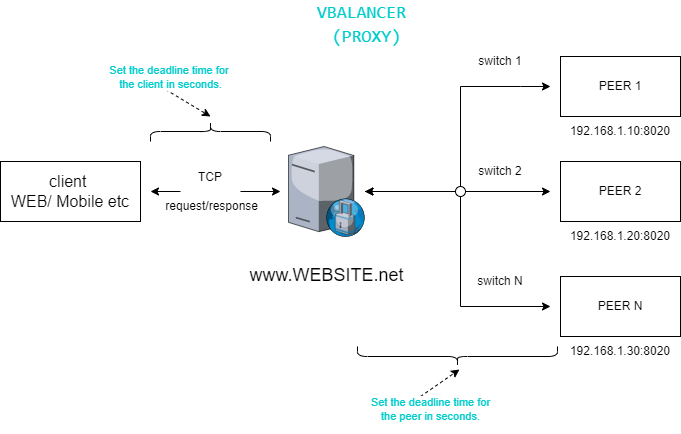
Before: assets/vbalancer.png, a diagram exported from draw.io (microup/vbalancer). Source tidied: cells renumbered, new cells last; positions are measured from the earlier drawing's top-left corner, leaving out a move shared by most shapes.
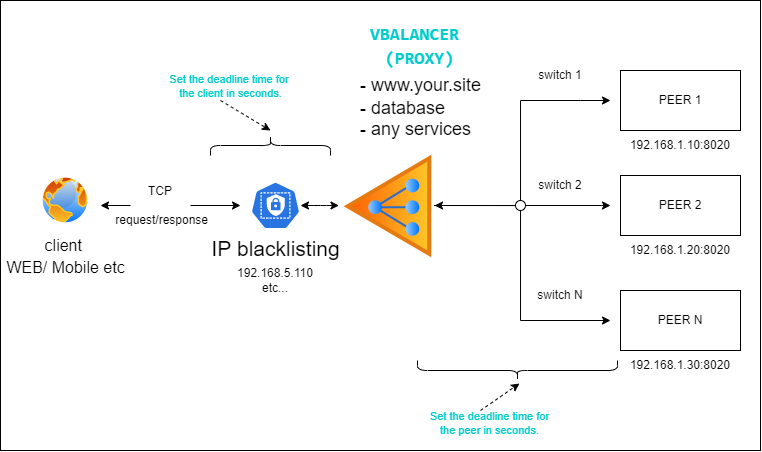
Above is the later version.

The edit, as a diff of the source:
```diff
@@ -2,37 +2,35 @@
   <root>
     <mxCell id="0" />
     <mxCell id="1" parent="0" />
-    <mxCell id="2" value="&lt;font style=&quot;font-size: 16px&quot;&gt;client&amp;nbsp;&lt;br&gt;WEB/ Mobile etc&lt;br&gt;&lt;/font&gt;" style="rounded=0;whiteSpace=wrap;html=1;" parent="1" vertex="1">
-      <mxGeometry y="145" width="140" height="60" as="geometry" />
-    </mxCell>
-    <mxCell id="3" value="&lt;font style=&quot;font-size: 18px&quot;&gt;&lt;br&gt;www.WEBSITE.net&lt;br&gt;&lt;br&gt;&lt;br&gt;&lt;/font&gt;" style="verticalLabelPosition=bottom;sketch=0;html=1;verticalAlign=top;strokeColor=none;align=center;outlineConnect=0;shape=mxgraph.citrix.proxy_server;" parent="1" vertex="1">
-      <mxGeometry x="288" y="130" width="76.5" height="90" as="geometry" />
-    </mxCell>
+    <mxCell id="28" style="rounded=0;whiteSpace=wrap;html=1;labelBackgroundColor=none;fillColor=#FFFFFF;strokeColor=#000000;" parent="1" vertex="1">
+      <mxGeometry x="-60" y="-30" width="760" height="450" as="geometry" />
+    </mxCell>
-    <mxCell id="4" value="&lt;span style=&quot;font-family: helvetica;&quot;&gt;PEER 1&lt;/span&gt;" style="rounded=0;whiteSpace=wrap;html=1;" parent="1" vertex="1">
+    <mxCell id="4" value="&lt;span style=&quot;font-family: helvetica;&quot;&gt;&lt;font color=&quot;#000000&quot;&gt;PEER 1&lt;/font&gt;&lt;/span&gt;" style="rounded=0;whiteSpace=wrap;html=1;fillColor=none;strokeColor=#000000;" parent="1" vertex="1">
       <mxGeometry x="560" y="40" width="120" height="60" as="geometry" />
     </mxCell>
-    <mxCell id="5" value="192.168.1.10:8020" style="text;html=1;strokeColor=none;fillColor=none;align=center;verticalAlign=middle;whiteSpace=wrap;rounded=0;" parent="1" vertex="1">
+    <mxCell id="5" value="192.168.1.10:8020" style="text;html=1;strokeColor=none;fillColor=none;align=center;verticalAlign=middle;whiteSpace=wrap;rounded=0;fontColor=#000000;" parent="1" vertex="1">
       <mxGeometry x="560" y="100" width="120" height="30" as="geometry" />
     </mxCell>
-    <mxCell id="6" value="&lt;span style=&quot;font-family: &amp;#34;helvetica&amp;#34;&quot;&gt;PEER 2&lt;/span&gt;" style="rounded=0;whiteSpace=wrap;html=1;" parent="1" vertex="1">
+    <mxCell id="6" value="&lt;span style=&quot;font-family: &amp;quot;helvetica&amp;quot;&quot;&gt;&lt;font color=&quot;#000000&quot;&gt;PEER 2&lt;/font&gt;&lt;/span&gt;" style="rounded=0;whiteSpace=wrap;html=1;fillColor=none;strokeColor=#000000;" parent="1" vertex="1">
       <mxGeometry x="560" y="145" width="120" height="60" as="geometry" />
     </mxCell>
-    <mxCell id="7" value="192.168.1.20:8020" style="text;html=1;strokeColor=none;fillColor=none;align=center;verticalAlign=middle;whiteSpace=wrap;rounded=0;" parent="1" vertex="1">
+    <mxCell id="7" value="192.168.1.20:8020" style="text;html=1;strokeColor=none;fillColor=none;align=center;verticalAlign=middle;whiteSpace=wrap;rounded=0;fontColor=#000000;" parent="1" vertex="1">
       <mxGeometry x="560" y="205" width="120" height="30" as="geometry" />
     </mxCell>
-    <mxCell id="8" value="&lt;span style=&quot;font-family: &amp;#34;helvetica&amp;#34;&quot;&gt;PEER N&lt;/span&gt;" style="rounded=0;whiteSpace=wrap;html=1;" parent="1" vertex="1">
+    <mxCell id="8" value="&lt;span style=&quot;font-family: &amp;quot;helvetica&amp;quot;&quot;&gt;&lt;font color=&quot;#000000&quot;&gt;PEER N&lt;/font&gt;&lt;/span&gt;" style="rounded=0;whiteSpace=wrap;html=1;fillColor=none;strokeColor=#000000;" parent="1" vertex="1">
       <mxGeometry x="560" y="260" width="120" height="60" as="geometry" />
     </mxCell>
-    <mxCell id="9" value="192.168.1.30:8020" style="text;html=1;strokeColor=none;fillColor=none;align=center;verticalAlign=middle;whiteSpace=wrap;rounded=0;" parent="1" vertex="1">
+    <mxCell id="9" value="192.168.1.30:8020" style="text;html=1;strokeColor=none;fillColor=none;align=center;verticalAlign=middle;whiteSpace=wrap;rounded=0;fontColor=#000000;" parent="1" vertex="1">
       <mxGeometry x="560" y="320" width="120" height="30" as="geometry" />
     </mxCell>
-    <mxCell id="10" style="endArrow=classic;startArrow=none;html=1;rounded=0;edgeStyle=orthogonalEdgeStyle;exitX=1;exitY=0.5;exitDx=0;exitDy=0;" parent="1" edge="1" source="17">
+    <mxCell id="10" style="endArrow=classic;startArrow=none;html=1;rounded=0;edgeStyle=orthogonalEdgeStyle;exitX=1;exitY=0.5;exitDx=0;exitDy=0;strokeColor=#000000;" parent="1" edge="1" source="17">
       <mxGeometry relative="1" as="geometry">
-        <mxPoint x="280" y="175" as="targetPoint" />
+        <mxPoint x="180" y="175" as="targetPoint" />
       </mxGeometry>
     </mxCell>
-    <mxCell id="11" style="endArrow=classic;html=1;rounded=0;edgeStyle=orthogonalEdgeStyle;" parent="1" edge="1" source="3">
+    <mxCell id="11" style="endArrow=classic;html=1;rounded=0;edgeStyle=orthogonalEdgeStyle;strokeColor=#000000;" parent="1" edge="1">
       <mxGeometry relative="1" as="geometry">
+        <mxPoint x="364.5" y="175" as="sourcePoint" />
         <mxPoint x="550" y="70" as="targetPoint" />
         <Array as="points">
           <mxPoint x="460" y="175" />
@@ -41,12 +39,13 @@
         </Array>
       </mxGeometry>
     </mxCell>
-    <mxCell id="12" style="endArrow=classic;startArrow=classic;html=1;rounded=0;edgeStyle=orthogonalEdgeStyle;" parent="1" edge="1" source="3">
+    <mxCell id="12" style="endArrow=classic;startArrow=classic;html=1;rounded=0;edgeStyle=orthogonalEdgeStyle;strokeColor=#000000;" parent="1" edge="1">
       <mxGeometry relative="1" as="geometry">
+        <mxPoint x="364.5" y="175" as="sourcePoint" />
         <mxPoint x="550" y="175" as="targetPoint" />
       </mxGeometry>
     </mxCell>
-    <mxCell id="13" style="endArrow=classic;startArrow=classic;html=1;rounded=0;edgeStyle=orthogonalEdgeStyle;" parent="1" edge="1" source="3">
+    <mxCell id="13" style="endArrow=classic;startArrow=classic;html=1;rounded=0;edgeStyle=orthogonalEdgeStyle;exitX=0.5;exitY=1;exitDx=0;exitDy=0;strokeColor=#000000;" parent="1" edge="1" source="29">
       <mxGeometry relative="1" as="geometry">
         <mxPoint x="550" y="290" as="targetPoint" />
         <Array as="points">
@@ -55,44 +54,44 @@
         </Array>
       </mxGeometry>
     </mxCell>
-    <mxCell id="14" value="switch 1" style="text;html=1;strokeColor=none;fillColor=none;align=center;verticalAlign=middle;whiteSpace=wrap;rounded=0;" parent="1" vertex="1">
+    <mxCell id="14" value="switch 1" style="text;html=1;strokeColor=none;fillColor=none;align=center;verticalAlign=middle;whiteSpace=wrap;rounded=0;fontColor=#000000;" parent="1" vertex="1">
       <mxGeometry x="470" y="30" width="60" height="30" as="geometry" />
     </mxCell>
-    <mxCell id="15" value="switch 2" style="text;html=1;strokeColor=none;fillColor=none;align=center;verticalAlign=middle;whiteSpace=wrap;rounded=0;" parent="1" vertex="1">
+    <mxCell id="15" value="switch 2" style="text;html=1;strokeColor=none;fillColor=none;align=center;verticalAlign=middle;whiteSpace=wrap;rounded=0;fontColor=#000000;" parent="1" vertex="1">
       <mxGeometry x="470" y="140" width="60" height="30" as="geometry" />
     </mxCell>
-    <mxCell id="16" value="switch N" style="text;html=1;strokeColor=none;fillColor=none;align=center;verticalAlign=middle;whiteSpace=wrap;rounded=0;" parent="1" vertex="1">
+    <mxCell id="16" value="switch N" style="text;html=1;strokeColor=none;fillColor=none;align=center;verticalAlign=middle;whiteSpace=wrap;rounded=0;fontColor=#000000;" parent="1" vertex="1">
       <mxGeometry x="470" y="250" width="60" height="30" as="geometry" />
     </mxCell>
-    <mxCell id="17" value="TCP&lt;br&gt;&lt;br&gt;&amp;nbsp;request/response" style="text;html=1;strokeColor=none;fillColor=none;align=center;verticalAlign=middle;whiteSpace=wrap;rounded=0;" parent="1" vertex="1">
-      <mxGeometry x="180" y="160" width="60" height="30" as="geometry" />
+    <mxCell id="17" value="&lt;font color=&quot;#000000&quot;&gt;TCP&lt;br&gt;&lt;br&gt;&amp;nbsp;request/response&lt;/font&gt;" style="text;html=1;strokeColor=none;fillColor=none;align=center;verticalAlign=middle;whiteSpace=wrap;rounded=0;" parent="1" vertex="1">
+      <mxGeometry x="70" y="160" width="60" height="30" as="geometry" />
     </mxCell>
-    <mxCell id="18" style="endArrow=none;startArrow=classic;html=1;rounded=0;edgeStyle=orthogonalEdgeStyle;" parent="1" edge="1" target="17">
+    <mxCell id="18" style="endArrow=none;startArrow=classic;html=1;rounded=0;edgeStyle=orthogonalEdgeStyle;strokeColor=#000000;" parent="1" edge="1" target="17">
       <mxGeometry relative="1" as="geometry">
-        <mxPoint x="150" y="175" as="sourcePoint" />
+        <mxPoint x="40" y="175" as="sourcePoint" />
       </mxGeometry>
     </mxCell>
     <mxCell id="19" style="ellipse;whiteSpace=wrap;html=1;" parent="1" vertex="1">
       <mxGeometry x="455" y="170" width="10" height="10" as="geometry" />
     </mxCell>
-    <mxCell id="20" style="shape=curlyBracket;whiteSpace=wrap;html=1;rounded=1;labelPosition=left;verticalLabelPosition=middle;align=right;verticalAlign=middle;rotation=90;" parent="1" vertex="1">
+    <mxCell id="20" style="shape=curlyBracket;whiteSpace=wrap;html=1;rounded=1;labelPosition=left;verticalLabelPosition=middle;align=right;verticalAlign=middle;rotation=90;strokeColor=#000000;" parent="1" vertex="1">
       <mxGeometry x="200" y="55" width="20" height="120" as="geometry" />
     </mxCell>
-    <mxCell id="21" style="endArrow=classic;html=1;dashed=1;" parent="1" edge="1">
+    <mxCell id="21" style="endArrow=classic;html=1;dashed=1;strokeColor=#000000;" parent="1" edge="1">
       <mxGeometry relative="1" as="geometry">
         <mxPoint x="160" y="70" as="sourcePoint" />
         <mxPoint x="210" y="100" as="targetPoint" />
       </mxGeometry>
     </mxCell>
-    <mxCell id="22" value="&lt;div&gt;Set the deadline time for&amp;nbsp;&lt;/div&gt;&lt;div&gt;the client in seconds.&lt;/div&gt;" style="edgeLabel;html=1;align=center;verticalAlign=middle;fontColor=#00CCCC;" parent="21" vertex="1">
+    <mxCell id="22" value="&lt;div&gt;Set the deadline time for&amp;nbsp;&lt;/div&gt;&lt;div&gt;the client in seconds.&lt;/div&gt;" style="edgeLabel;html=1;align=center;verticalAlign=middle;fontColor=#00CCCC;labelBackgroundColor=none;" parent="21" vertex="1">
       <mxGeometry x="-0.34" y="2" relative="1" as="geometry">
-        <mxPoint x="-8" y="-18" as="offset" />
+        <mxPoint x="-8" y="-23" as="offset" />
       </mxGeometry>
     </mxCell>
-    <mxCell id="23" style="shape=curlyBracket;whiteSpace=wrap;html=1;rounded=1;labelPosition=left;verticalLabelPosition=middle;align=right;verticalAlign=middle;rotation=-90;" parent="1" vertex="1">
+    <mxCell id="23" style="shape=curlyBracket;whiteSpace=wrap;html=1;rounded=1;labelPosition=left;verticalLabelPosition=middle;align=right;verticalAlign=middle;rotation=-90;fontColor=#000000;strokeColor=#000000;" parent="1" vertex="1">
       <mxGeometry x="447" y="240" width="20" height="200" as="geometry" />
     </mxCell>
-    <mxCell id="24" style="endArrow=classic;html=1;dashed=1;" parent="1" edge="1">
+    <mxCell id="24" style="endArrow=classic;html=1;dashed=1;strokeColor=#000000;" parent="1" edge="1">
       <mxGeometry relative="1" as="geometry">
         <mxPoint x="420" y="380" as="sourcePoint" />
         <mxPoint x="459" y="353" as="targetPoint" />
@@ -103,15 +102,37 @@
         <mxPoint x="13" y="31" as="offset" />
       </mxGeometry>
     </mxCell>
-    <mxCell id="26" value="&lt;div&gt;Set the deadline time for&lt;/div&gt;&lt;div&gt;the peer in seconds.&lt;/div&gt;" style="edgeLabel;html=1;align=center;verticalAlign=middle;fontColor=#00CCCC;" parent="24" vertex="1">
+    <mxCell id="26" value="&lt;div&gt;Set the deadline time for&lt;/div&gt;&lt;div&gt;the peer in seconds.&lt;/div&gt;" style="edgeLabel;html=1;align=center;verticalAlign=middle;fontColor=#00CCCC;labelBackgroundColor=none;" parent="24" vertex="1">
       <mxGeometry x="-0.51" y="1" relative="1" as="geometry">
         <mxPoint y="20" as="offset" />
       </mxGeometry>
     </mxCell>
-    <mxCell id="27" value="&lt;div style=&quot;font-family: Consolas, &amp;quot;Courier New&amp;quot;, monospace; font-size: 18px; line-height: 24px;&quot;&gt;&lt;font color=&quot;#00cccc&quot;&gt;VBALANCER &lt;br&gt;(PROXY)&lt;/font&gt;&lt;/div&gt;" style="edgeLabel;html=1;align=center;verticalAlign=middle;" parent="1" vertex="1">
-      <mxGeometry x="354" as="geometry">
-        <mxPoint x="11" y="7" as="offset" />
+    <mxCell id="27" value="&lt;div style=&quot;font-family: Consolas, &amp;quot;Courier New&amp;quot;, monospace; font-size: 18px; line-height: 24px;&quot;&gt;&lt;font style=&quot;&quot; color=&quot;#00cccc&quot;&gt;&lt;b&gt;VBALANCER &lt;br&gt;(PROXY)&lt;/b&gt;&lt;/font&gt;&lt;/div&gt;" style="edgeLabel;html=1;align=center;verticalAlign=middle;labelBackgroundColor=none;" parent="1" vertex="1">
+      <mxGeometry x="350" y="10" as="geometry">
+        <mxPoint x="9" y="5" as="offset" />
       </mxGeometry>
     </mxCell>
+    <mxCell id="29" style="perimeter=ellipsePerimeter;html=1;align=right;shadow=0;dashed=0;spacingTop=3;image;image=img/lib/active_directory/active_directory.svg;rotation=-90;labelPosition=left;verticalLabelPosition=middle;verticalAlign=middle;" parent="1" vertex="1">
+      <mxGeometry x="270" y="127.2" width="112.5" height="95.6" as="geometry" />
+    </mxCell>
+    <mxCell id="30" value="&lt;font style=&quot;font-size: 18px;&quot;&gt;&lt;br style=&quot;font-weight: 400; text-align: right;&quot;&gt;&lt;span style=&quot;font-weight: 400; text-align: right;&quot;&gt;- www.your.site&lt;/span&gt;&lt;br style=&quot;font-weight: 400; text-align: right;&quot;&gt;&lt;/font&gt;&lt;div style=&quot;font-weight: 400; text-align: left; font-size: 18px;&quot;&gt;&lt;font style=&quot;font-size: 18px;&quot;&gt;- database&lt;br&gt;- any services&lt;/font&gt;&lt;/div&gt;" style="text;strokeColor=none;fillColor=none;html=1;fontSize=24;fontStyle=1;verticalAlign=middle;align=center;fontColor=#000000;" parent="1" vertex="1">
+      <mxGeometry x="310" y="40" width="100" height="40" as="geometry" />
+    </mxCell>
+    <mxCell id="31" style="endArrow=classic;startArrow=classic;html=1;fontSize=18;fontColor=#FFFFFF;entryX=0.5;entryY=0;entryDx=0;entryDy=0;strokeColor=#000000;" parent="1" edge="1" source="32" target="29">
+      <mxGeometry relative="1" as="geometry">
+        <Array as="points">
+          <mxPoint x="260" y="175" />
+        </Array>
+      </mxGeometry>
+    </mxCell>
+    <mxCell id="2" value="&lt;font color=&quot;#000000&quot;&gt;&lt;span style=&quot;font-size: 16px;&quot;&gt;client&amp;nbsp;&lt;/span&gt;&lt;br style=&quot;font-size: 16px;&quot;&gt;&lt;span style=&quot;font-size: 16px;&quot;&gt;WEB/ Mobile etc&lt;/span&gt;&lt;/font&gt;" style="perimeter=ellipsePerimeter;html=1;align=center;shadow=0;dashed=0;spacingTop=3;image;image=img/lib/active_directory/internet_globe.svg;labelBackgroundColor=none;fontSize=18;fontColor=#FFFFFF;" parent="1" vertex="1">
+      <mxGeometry x="-20" y="145" width="50" height="50" as="geometry" />
+    </mxCell>
+    <mxCell id="32" value="&lt;font style=&quot;background-color: rgb(255, 255, 255);&quot; color=&quot;#000000&quot;&gt;IP blacklisting&lt;/font&gt;" style="sketch=0;html=1;dashed=0;whitespace=wrap;fillColor=#2875E2;strokeColor=#ffffff;points=[[0.005,0.63,0],[0.1,0.2,0],[0.9,0.2,0],[0.5,0,0],[0.995,0.63,0],[0.72,0.99,0],[0.5,1,0],[0.28,0.99,0]];verticalLabelPosition=bottom;align=center;verticalAlign=top;shape=mxgraph.kubernetes.icon;prIcon=role;fontSize=21;fontColor=#FFFFFF;labelBackgroundColor=default;" parent="1" vertex="1">
+      <mxGeometry x="190" y="151" width="50" height="48" as="geometry" />
+    </mxCell>
+    <mxCell id="33" value="192.168.5.110&lt;br&gt;etc..." style="text;html=1;strokeColor=none;fillColor=none;align=center;verticalAlign=middle;whiteSpace=wrap;rounded=0;fontColor=#000000;" parent="1" vertex="1">
+      <mxGeometry x="155" y="235" width="120" height="30" as="geometry" />
+    </mxCell>
   </root>
 </mxGraphModel>
```
